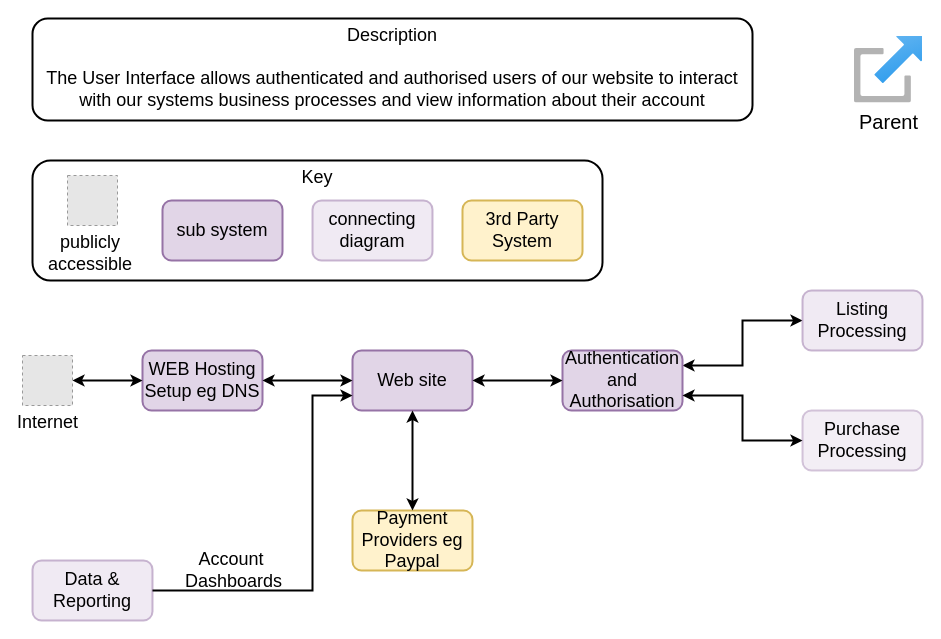
judewood/system-diagrams-demo keeps this draw.io diagram as sample-diagrams/diagrams/User Interface/User Interface/UserInterface.drawio. Above is the earlier version. Source tidied: cells renumbered, new cells numbered last; positions are measured from the earlier drawing's top-left corner, leaving out a move shared by most shapes. Both pictures are drawn from the tidied source at 100%, with x=0, y=0 at pixel (22, 18). Pictures stored in the file or linked from it are replaced by grey dashed boxes.
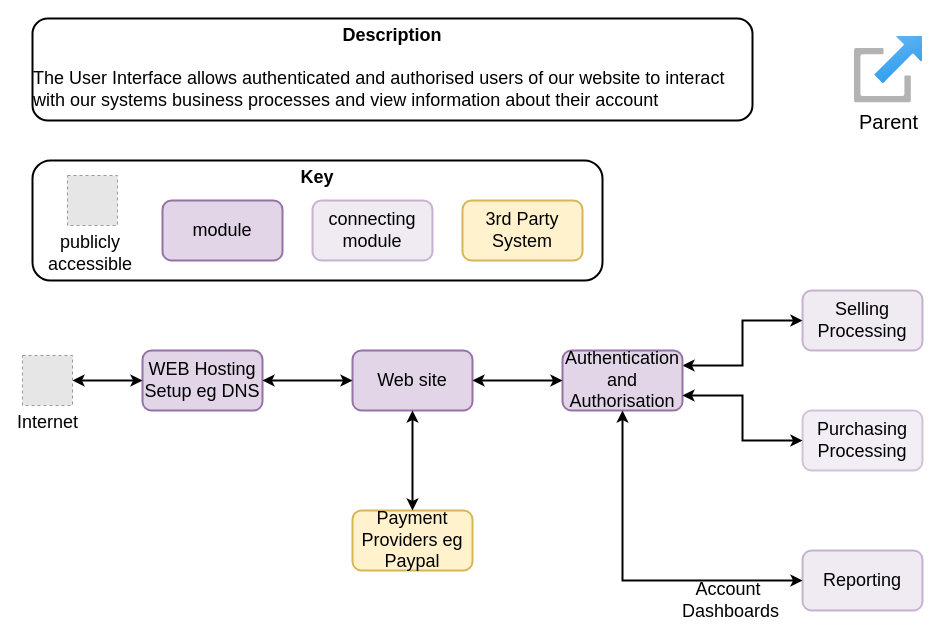
The same page after the edit.

Unchanged cells that the change refers to:
```xml
<mxCell id="5" value="Web site" style="rounded=1;whiteSpace=wrap;html=1;fillColor=#e1d5e7;strokeColor=#9673a6;fontSize=18;strokeWidth=2;labelBackgroundColor=none;" parent="1" vertex="1">
  <mxGeometry x="330" y="332" width="120" height="60" as="geometry" />
</mxCell>
<mxCell id="11" value="Authentication and Authorisation" style="rounded=1;whiteSpace=wrap;html=1;fillColor=#e1d5e7;strokeColor=#9673a6;fontSize=18;strokeWidth=2;labelBackgroundColor=none;" parent="1" vertex="1">
  <mxGeometry x="540" y="332" width="120" height="60" as="geometry" />
</mxCell>
```

The edit, as a diff of the source:
```diff
@@
-    <mxCell id="2" value="Key" style="rounded=1;whiteSpace=wrap;html=1;labelPosition=center;verticalLabelPosition=middle;align=center;verticalAlign=top;fontSize=18;strokeWidth=2;" parent="1" vertex="1">
+    <mxCell id="2" value="&lt;b&gt;Key&lt;/b&gt;" style="rounded=1;whiteSpace=wrap;html=1;labelPosition=center;verticalLabelPosition=middle;align=center;verticalAlign=top;fontSize=18;strokeWidth=2;" parent="1" vertex="1">
       <mxGeometry x="10" y="142" width="570" height="120" as="geometry" />
     </mxCell>
-    <mxCell id="3" value="sub system" style="rounded=1;whiteSpace=wrap;html=1;fillColor=#e1d5e7;strokeColor=#9673a6;fontSize=18;strokeWidth=2;labelBackgroundColor=none;" parent="1" vertex="1">
+    <mxCell id="3" value="module" style="rounded=1;whiteSpace=wrap;html=1;fillColor=#e1d5e7;strokeColor=#9673a6;fontSize=18;strokeWidth=2;labelBackgroundColor=none;" parent="1" vertex="1">
       <mxGeometry x="140" y="182" width="120" height="60" as="geometry" />
     </mxCell>
@@
-    <mxCell id="16" value="Listing&lt;div style=&quot;font-size: 18px;&quot;&gt;Processing&lt;/div&gt;" style="rounded=1;whiteSpace=wrap;html=1;fillColor=#e1d5e7;strokeColor=#9673a6;fontSize=18;strokeWidth=2;labelBackgroundColor=none;opacity=50;" parent="1" vertex="1">
+    <mxCell id="16" value="Selling&lt;div style=&quot;font-size: 18px;&quot;&gt;Processing&lt;/div&gt;" style="rounded=1;whiteSpace=wrap;html=1;fillColor=#e1d5e7;strokeColor=#9673a6;fontSize=18;strokeWidth=2;labelBackgroundColor=none;opacity=50;" parent="1" vertex="1">
       <mxGeometry x="780" y="272" width="120" height="60" as="geometry" />
     </mxCell>
-    <mxCell id="17" value="Purchase&lt;div style=&quot;font-size: 18px;&quot;&gt;Processing&lt;/div&gt;" style="rounded=1;whiteSpace=wrap;html=1;fillColor=#e1d5e7;strokeColor=#9673a6;fontSize=18;strokeWidth=2;labelBackgroundColor=none;opacity=40;" parent="1" vertex="1">
+    <mxCell id="17" value="Purchasing&lt;div style=&quot;font-size: 18px;&quot;&gt;Processing&lt;/div&gt;" style="rounded=1;whiteSpace=wrap;html=1;fillColor=#e1d5e7;strokeColor=#9673a6;fontSize=18;strokeWidth=2;labelBackgroundColor=none;opacity=40;" parent="1" vertex="1">
       <mxGeometry x="780" y="392" width="120" height="60" as="geometry" />
     </mxCell>
@@
-    <mxCell id="20" value="connecting diagram" style="rounded=1;whiteSpace=wrap;html=1;fillColor=#e1d5e7;strokeColor=#9673a6;fontSize=18;strokeWidth=2;labelBackgroundColor=none;fillStyle=auto;opacity=50;" parent="1" vertex="1">
+    <mxCell id="20" value="connecting module" style="rounded=1;whiteSpace=wrap;html=1;fillColor=#e1d5e7;strokeColor=#9673a6;fontSize=18;strokeWidth=2;labelBackgroundColor=none;fillStyle=auto;opacity=50;" parent="1" vertex="1">
       <mxGeometry x="290" y="182" width="120" height="60" as="geometry" />
     </mxCell>
-    <mxCell id="21" value="Description&lt;div&gt;&lt;br&gt;&lt;div&gt;&lt;div&gt;The User Interface allows authenticated and authorised users of our website to interact with our systems business processes and view information about their account&lt;/div&gt;&lt;/div&gt;&lt;/div&gt;" style="rounded=1;whiteSpace=wrap;html=1;labelPosition=center;verticalLabelPosition=middle;align=center;verticalAlign=top;fontSize=18;labelBackgroundColor=none;strokeWidth=2;" parent="1" vertex="1">
+    <mxCell id="21" value="&lt;b&gt;Description&lt;/b&gt;&lt;div&gt;&lt;br&gt;&lt;div&gt;&lt;div style=&quot;text-align: left;&quot;&gt;The User Interface allows authenticated and authorised users of our website to interact with our systems business processes and view information about their account&lt;/div&gt;&lt;/div&gt;&lt;/div&gt;" style="rounded=1;whiteSpace=wrap;html=1;labelPosition=center;verticalLabelPosition=middle;align=center;verticalAlign=top;fontSize=18;labelBackgroundColor=none;strokeWidth=2;" parent="1" vertex="1">
       <mxGeometry x="10" width="720" height="102" as="geometry" />
     </mxCell>
-    <mxCell id="22" value="&lt;div style=&quot;font-size: 18px;&quot;&gt;Data &amp;amp;&lt;/div&gt;Reporting" style="rounded=1;whiteSpace=wrap;html=1;fillColor=#e1d5e7;strokeColor=#9673a6;fontSize=18;strokeWidth=2;labelBackgroundColor=none;opacity=50;" parent="1" vertex="1">
-      <mxGeometry x="10" y="542" width="120" height="60" as="geometry" />
+    <mxCell id="22" value="&lt;div style=&quot;font-size: 18px;&quot;&gt;&lt;span style=&quot;background-color: initial;&quot;&gt;Reporting&lt;/span&gt;&lt;br&gt;&lt;/div&gt;" style="rounded=1;whiteSpace=wrap;html=1;fillColor=#e1d5e7;strokeColor=#9673a6;fontSize=18;strokeWidth=2;labelBackgroundColor=none;opacity=50;" parent="1" vertex="1">
+      <mxGeometry x="780" y="532" width="120" height="60" as="geometry" />
     </mxCell>
-    <mxCell id="23" value="Account&amp;nbsp;&lt;div&gt;Dashboards&lt;/div&gt;" style="edgeStyle=orthogonalEdgeStyle;rounded=0;jettySize=auto;html=1;entryX=0;entryY=0.75;entryDx=0;entryDy=0;strokeWidth=2;labelBackgroundColor=none;fontSize=18;" parent="1" edge="1" source="22" target="5">
+    <mxCell id="23" value="Account&amp;nbsp;&lt;div&gt;Dashboards&lt;/div&gt;" style="edgeStyle=orthogonalEdgeStyle;rounded=0;jettySize=auto;html=1;entryX=0.5;entryY=1;entryDx=0;entryDy=0;strokeWidth=2;labelBackgroundColor=none;fontSize=18;startArrow=classic;startFill=1;" parent="1" edge="1" source="22" target="11">
       <mxGeometry x="-0.59" y="20" relative="1" as="geometry">
         <Array as="points">
-          <mxPoint x="290" y="572" />
-          <mxPoint x="290" y="377" />
+          <mxPoint x="600" y="472" />
+          <mxPoint x="600" y="472" />
         </Array>
       </mxGeometry>
     </mxCell>
```
